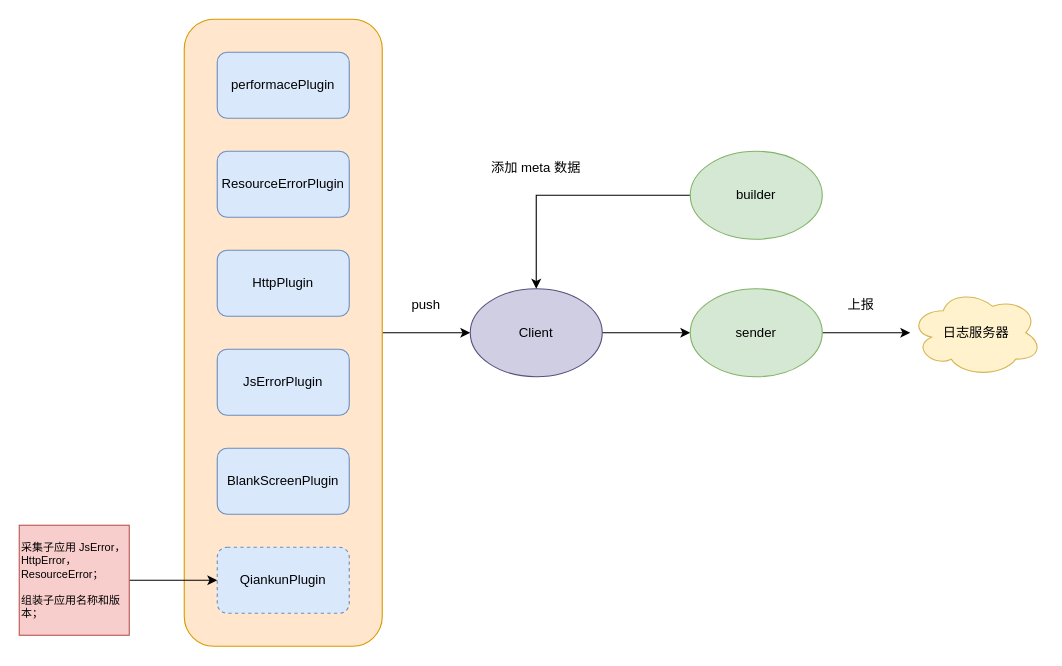
This is apm-insight 兼容 qiankun.drawio from itellboy/itellboy, a draw.io file, before an edit. Source tidied: cells renumbered, new cells numbered last; positions are measured from the earlier drawing's top-left corner, leaving out a move shared by most shapes. Both pictures are drawn from the tidied source at 110%, with x=0, y=0 at pixel (19, 19).
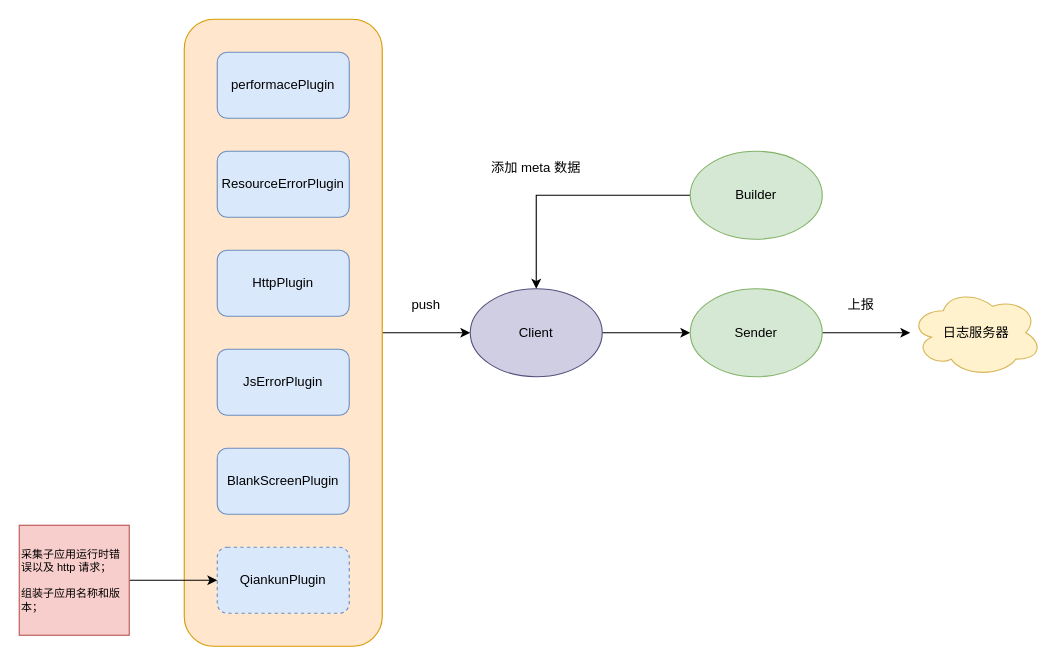
Above is the later version.

Diff of the diagram source:
```diff
@@
-    <mxCell id="13" value="&lt;div style=&quot;font-size: 10px;&quot;&gt;&lt;span style=&quot;background-color: initial; font-size: 10px;&quot;&gt;采集子应用 JsError，HttpError，ResourceError；&lt;/span&gt;&lt;/div&gt;&lt;div style=&quot;font-size: 10px;&quot;&gt;&lt;span style=&quot;background-color: initial; font-size: 10px;&quot;&gt;&lt;br style=&quot;font-size: 10px;&quot;&gt;&lt;/span&gt;&lt;/div&gt;&lt;div style=&quot;font-size: 10px;&quot;&gt;组装子应用名称和版本；&lt;/div&gt;" style="whiteSpace=wrap;html=1;fillColor=#f8cecc;strokeColor=#b85450;align=left;fontSize=10;" parent="1" vertex="1">
+    <mxCell id="13" value="&lt;div style=&quot;font-size: 10px;&quot;&gt;&lt;span style=&quot;background-color: initial; font-size: 10px;&quot;&gt;采集子应用运行时错误以及 http 请求；&lt;/span&gt;&lt;/div&gt;&lt;div style=&quot;font-size: 10px;&quot;&gt;&lt;span style=&quot;background-color: initial; font-size: 10px;&quot;&gt;&lt;br style=&quot;font-size: 10px;&quot;&gt;&lt;/span&gt;&lt;/div&gt;&lt;div style=&quot;font-size: 10px;&quot;&gt;组装子应用名称和版本；&lt;/div&gt;" style="whiteSpace=wrap;html=1;fillColor=#f8cecc;strokeColor=#b85450;align=left;fontSize=10;" parent="1" vertex="1">
       <mxGeometry y="460" width="100" height="100" as="geometry" />
     </mxCell>
@@
-    <mxCell id="16" value="sender" style="ellipse;whiteSpace=wrap;html=1;fillColor=#d5e8d4;strokeColor=#82b366;" parent="1" vertex="1">
+    <mxCell id="16" value="Sender" style="ellipse;whiteSpace=wrap;html=1;fillColor=#d5e8d4;strokeColor=#82b366;" parent="1" vertex="1">
       <mxGeometry x="610" y="245" width="120" height="80" as="geometry" />
     </mxCell>
@@
-    <mxCell id="18" value="builder" style="ellipse;whiteSpace=wrap;html=1;fillColor=#d5e8d4;strokeColor=#82b366;" parent="1" vertex="1">
+    <mxCell id="18" value="Builder" style="ellipse;whiteSpace=wrap;html=1;fillColor=#d5e8d4;strokeColor=#82b366;" parent="1" vertex="1">
       <mxGeometry x="610" y="120" width="120" height="80" as="geometry" />
     </mxCell>
```
